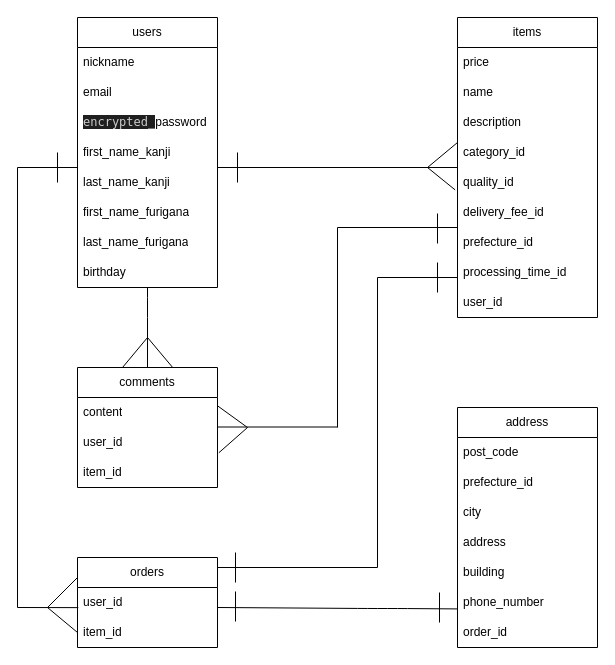
This is ER.dio from takafumiTech/furima-39380, a draw.io file, before an edit. Source tidied: cells renumbered, new cells numbered last; positions are measured from the earlier drawing's top-left corner, leaving out a move shared by most shapes. Both pictures are drawn from the tidied source at 100%, with x=0, y=0 at pixel (17, 17).
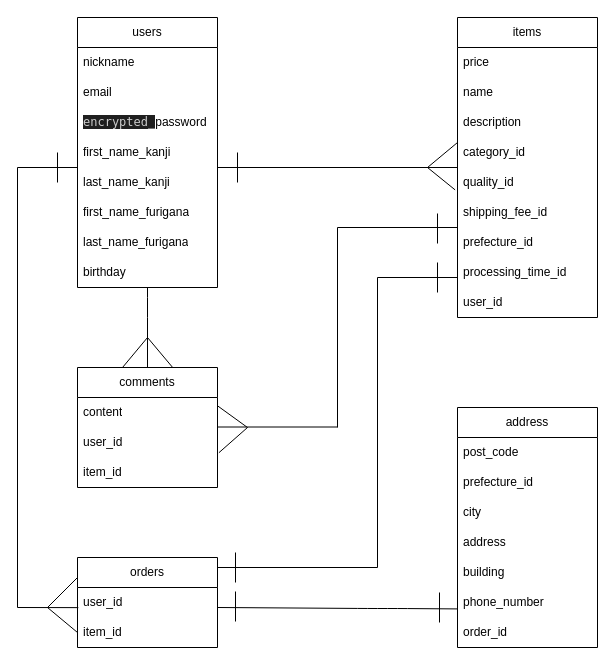
Above is the later version.

Unchanged cells that the change refers to:
```xml
<mxCell id="11" value="items" style="swimlane;fontStyle=0;horizontal=1;startSize=30;whiteSpace=wrap;html=1;" parent="1" vertex="1">
  <mxGeometry x="440" width="140" height="300" as="geometry" />
</mxCell>
```

Diff of the diagram source:
```diff
@@
-    <mxCell id="17" value="delivery_fee_id" style="text;strokeColor=none;fillColor=none;align=left;verticalAlign=middle;spacingLeft=4;spacingRight=4;overflow=hidden;whiteSpace=wrap;html=1;" parent="11" vertex="1">
+    <mxCell id="17" value="shipping_fee_id" style="text;strokeColor=none;fillColor=none;align=left;verticalAlign=middle;spacingLeft=4;spacingRight=4;overflow=hidden;whiteSpace=wrap;html=1;" parent="11" vertex="1">
       <mxGeometry y="180" width="140" height="30" as="geometry" />
     </mxCell>
```
